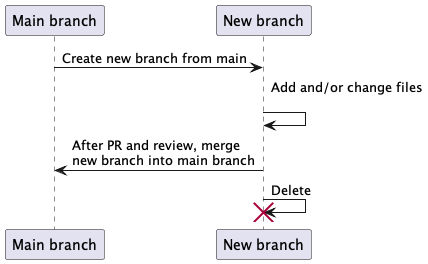
This is branching-simple.png from rostools/cog-flow-intro, a PlantUML export, as it was before one commit. Source of this version:
```plantuml
@startuml branching-simple

"Main branch" -> "New branch": Create new branch from main
"New branch" -> "New branch": Add and/or change files\n
"New branch" -> "Main branch": After PR and review, merge\nnew branch into main branch
"New branch" -> "New branch" !! : Delete


@enduml
```
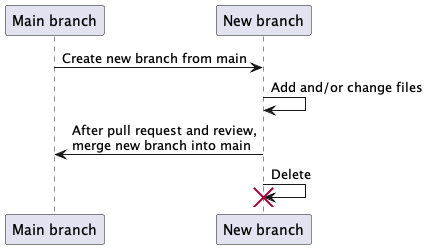
The same file after the commit.

The edit, as a diff of the source:
```diff
@@ -1,8 +1,8 @@
 @startuml branching-simple
 
 "Main branch" -> "New branch": Create new branch from main
-"New branch" -> "New branch": Add and/or change files\n
-"New branch" -> "Main branch": After PR and review, merge\nnew branch into main branch
+"New branch" -> "New branch": Add and/or change files
+"New branch" -> "Main branch": After pull request and review,\nmerge new branch into main
 "New branch" -> "New branch" !! : Delete
 
 
```
